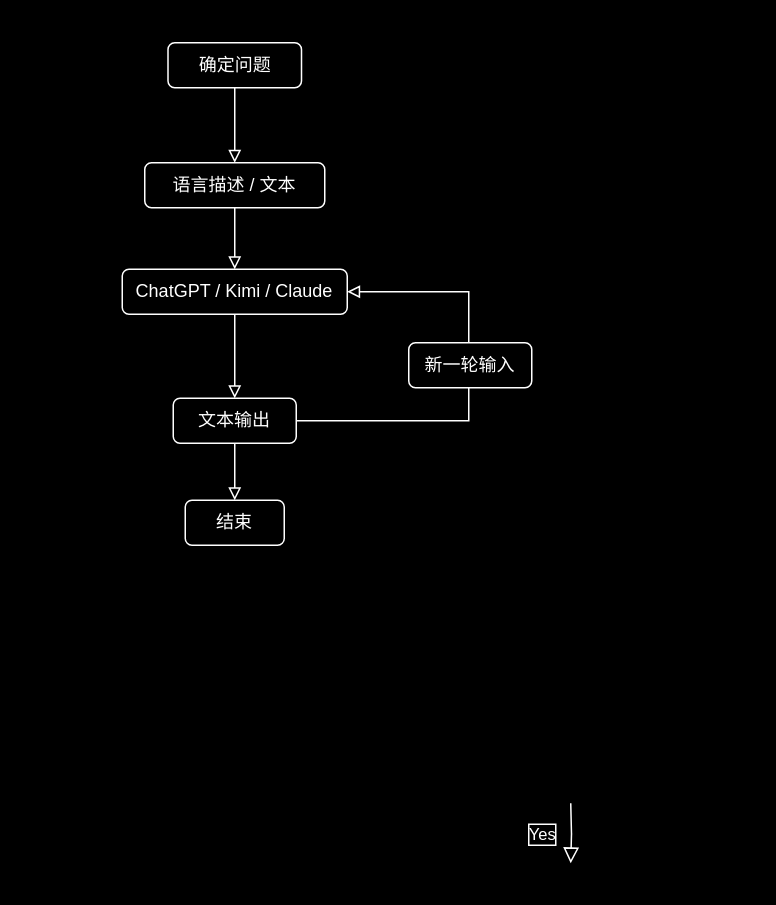
The draw.io diagram ai.drawio in TianZonglin/2handshub, before the edit. Source tidied: cells renumbered, new cells numbered last; positions are measured from the earlier drawing's top-left corner, leaving out a move shared by most shapes. Both pictures are drawn from the tidied source at 150%, with x=0, y=0 at pixel (122, 42). Pictures stored in the file or linked from it are replaced by grey dashed boxes.
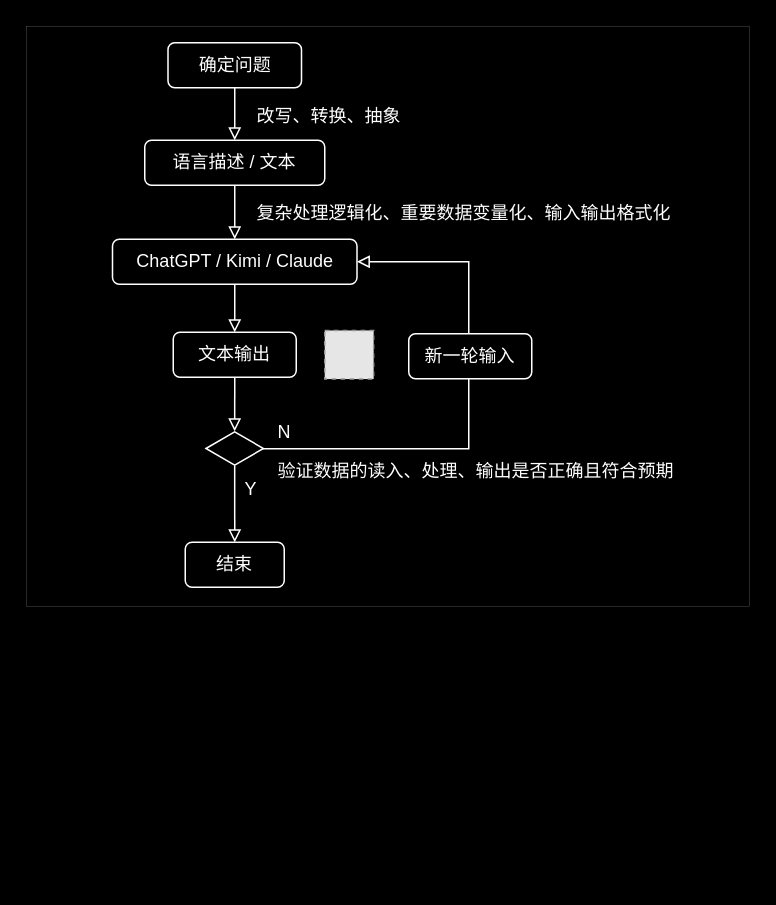
After the change.

Diff of the diagram source:
```diff
@@
-    <mxCell id="2" value="Yes" style="rounded=0;html=1;jettySize=auto;orthogonalLoop=1;fontSize=11;endArrow=block;endFill=0;endSize=8;strokeWidth=1;shadow=0;labelBackgroundColor=#000000;edgeStyle=orthogonalEdgeStyle;strokeColor=#FFFFFF;fontColor=#FFFFFF;labelBorderColor=#FFFFFF;" parent="1" edge="1">
-      <mxGeometry y="20" relative="1" as="geometry">
-        <mxPoint x="299" y="507" as="sourcePoint" />
-        <mxPoint x="299" y="547" as="targetPoint" />
-      </mxGeometry>
-    </mxCell>
+    <mxCell id="14" style="rounded=0;whiteSpace=wrap;html=1;strokeColor=#FFFFFF;strokeWidth=0.1;fillColor=#000000;" parent="1" vertex="1">
+      <mxGeometry x="-64" y="-11" width="482" height="387" as="geometry" />
+    </mxCell>
@@
     <mxCell id="5" value="语言描述 / 文本" style="rounded=1;whiteSpace=wrap;html=1;fillColor=#000000;strokeColor=#FFFFFF;fontColor=#FFFFFF;" parent="1" vertex="1">
-      <mxGeometry x="15" y="80" width="120" height="30" as="geometry" />
+      <mxGeometry x="15" y="65" width="120" height="30" as="geometry" />
     </mxCell>
     <mxCell id="6" value="ChatGPT / Kimi / Claude" style="rounded=1;whiteSpace=wrap;html=1;fillColor=#000000;strokeColor=#FFFFFF;fontColor=#FFFFFF;" parent="1" vertex="1">
-      <mxGeometry y="151" width="150" height="30" as="geometry" />
+      <mxGeometry x="-6.5" y="131" width="163" height="30" as="geometry" />
     </mxCell>
     <mxCell id="7" value="文本输出" style="rounded=1;whiteSpace=wrap;html=1;fillColor=#000000;strokeColor=#FFFFFF;fontColor=#FFFFFF;" parent="1" vertex="1">
-      <mxGeometry x="34" y="237" width="82" height="30" as="geometry" />
+      <mxGeometry x="34" y="193" width="82" height="30" as="geometry" />
     </mxCell>
     <mxCell id="8" value="结束" style="rounded=1;whiteSpace=wrap;html=1;fillColor=#000000;strokeColor=#FFFFFF;fontColor=#FFFFFF;" parent="1" vertex="1">
-      <mxGeometry x="42" y="305" width="66" height="30" as="geometry" />
+      <mxGeometry x="42" y="333" width="66" height="30" as="geometry" />
     </mxCell>
@@
-    <mxCell id="11" style="endArrow=block;html=1;rounded=0;strokeColor=#FFFFFF;endFill=0;exitX=0.5;exitY=1;exitDx=0;exitDy=0;entryX=0.5;entryY=0;entryDx=0;entryDy=0;" parent="1" edge="1" source="7" target="8">
+    <mxCell id="11" style="endArrow=block;html=1;rounded=0;strokeColor=#FFFFFF;endFill=0;exitX=0.5;exitY=1;exitDx=0;exitDy=0;entryX=0.5;entryY=0;entryDx=0;entryDy=0;" parent="1" edge="1" source="20" target="8">
       <mxGeometry relative="1" as="geometry" />
     </mxCell>
-    <mxCell id="12" style="edgeStyle=elbowEdgeStyle;elbow=horizontal;endArrow=block;html=1;curved=0;rounded=0;endSize=6;startSize=6;strokeColor=#FFFFFF;endFill=0;exitX=1;exitY=0.5;exitDx=0;exitDy=0;entryX=1;entryY=0.5;entryDx=0;entryDy=0;" parent="1" edge="1" source="7" target="6">
+    <mxCell id="12" style="edgeStyle=elbowEdgeStyle;elbow=horizontal;endArrow=block;html=1;curved=0;rounded=0;endSize=6;startSize=6;strokeColor=#FFFFFF;endFill=0;exitX=0.98;exitY=0.504;exitDx=0;exitDy=0;entryX=1;entryY=0.5;entryDx=0;entryDy=0;exitPerimeter=0;" parent="1" edge="1" source="20" target="6">
       <mxGeometry relative="1" as="geometry">
         <Array as="points">
-          <mxPoint x="231" y="208" />
+          <mxPoint x="231" y="189" />
         </Array>
       </mxGeometry>
     </mxCell>
     <mxCell id="13" value="新一轮输入" style="rounded=1;whiteSpace=wrap;html=1;fillColor=#000000;strokeColor=#FFFFFF;fontColor=#FFFFFF;" parent="1" vertex="1">
-      <mxGeometry x="191" y="200" width="82" height="30" as="geometry" />
+      <mxGeometry x="191" y="194" width="82" height="30" as="geometry" />
     </mxCell>
+    <mxCell id="15" style="fillColor=#E6E6E6;strokeColor=#999999;dashed=1;verticalLabelPosition=bottom;labelBackgroundColor=default;verticalAlign=top;" parent="1" vertex="1">
+      <mxGeometry x="135" y="191.8" width="32.6" height="32.4" as="geometry" />
+    </mxCell>
+    <mxCell id="16" value="&lt;span style=&quot;font-family: Helvetica; font-size: 12px; font-style: normal; font-variant-ligatures: normal; font-variant-caps: normal; font-weight: 400; letter-spacing: normal; orphans: 2; text-align: center; text-indent: 0px; text-transform: none; widows: 2; word-spacing: 0px; -webkit-text-stroke-width: 0px; white-space: normal; text-decoration-thickness: initial; text-decoration-style: initial; text-decoration-color: initial; float: none; display: inline !important;&quot;&gt;改写、转换、抽象&lt;/span&gt;" style="text;whiteSpace=wrap;html=1;fontColor=#FFFFFF;labelBackgroundColor=#000000;" parent="1" vertex="1">
+      <mxGeometry x="88" y="35" width="190.5" height="36" as="geometry" />
+    </mxCell>
+    <mxCell id="17" value="&lt;div style=&quot;text-align: center;&quot;&gt;验证数据的读入、处理、输出是否正确且符合预期&lt;/div&gt;" style="text;whiteSpace=wrap;html=1;fontColor=#FFFFFF;labelBackgroundColor=#000000;" parent="1" vertex="1">
+      <mxGeometry x="101.7" y="272" width="308.3" height="26" as="geometry" />
+    </mxCell>
+    <mxCell id="18" value="&lt;div style=&quot;text-align: center;&quot;&gt;复杂处理逻辑化、重要数据变量化、输入输出格式化&lt;/div&gt;" style="text;whiteSpace=wrap;html=1;fontColor=#FFFFFF;labelBackgroundColor=#000000;" parent="1" vertex="1">
+      <mxGeometry x="88" y="100" width="323" height="26" as="geometry" />
+    </mxCell>
+    <mxCell id="19" style="endArrow=block;html=1;rounded=0;strokeColor=#FFFFFF;endFill=0;exitX=0.5;exitY=1;exitDx=0;exitDy=0;entryX=0.5;entryY=0;entryDx=0;entryDy=0;" parent="1" edge="1" source="7" target="20">
+      <mxGeometry relative="1" as="geometry" />
+    </mxCell>
+    <mxCell id="20" style="html=1;whiteSpace=wrap;shape=isoRectangle;strokeColor=#FFFFFF;fillColor=#000000;" parent="1" vertex="1">
+      <mxGeometry x="55.8" y="259" width="38.3" height="23" as="geometry" />
+    </mxCell>
+    <mxCell id="21" value="&lt;div style=&quot;text-align: center;&quot;&gt;N&lt;/div&gt;" style="text;whiteSpace=wrap;html=1;fontColor=#FFFFFF;labelBackgroundColor=#000000;" parent="1" vertex="1">
+      <mxGeometry x="101.7" y="246" width="22" height="26" as="geometry" />
+    </mxCell>
+    <mxCell id="22" value="&lt;div style=&quot;text-align: center;&quot;&gt;Y&lt;/div&gt;" style="text;whiteSpace=wrap;html=1;fontColor=#FFFFFF;labelBackgroundColor=#000000;" parent="1" vertex="1">
+      <mxGeometry x="79.7" y="284" width="22" height="26" as="geometry" />
+    </mxCell>
```
